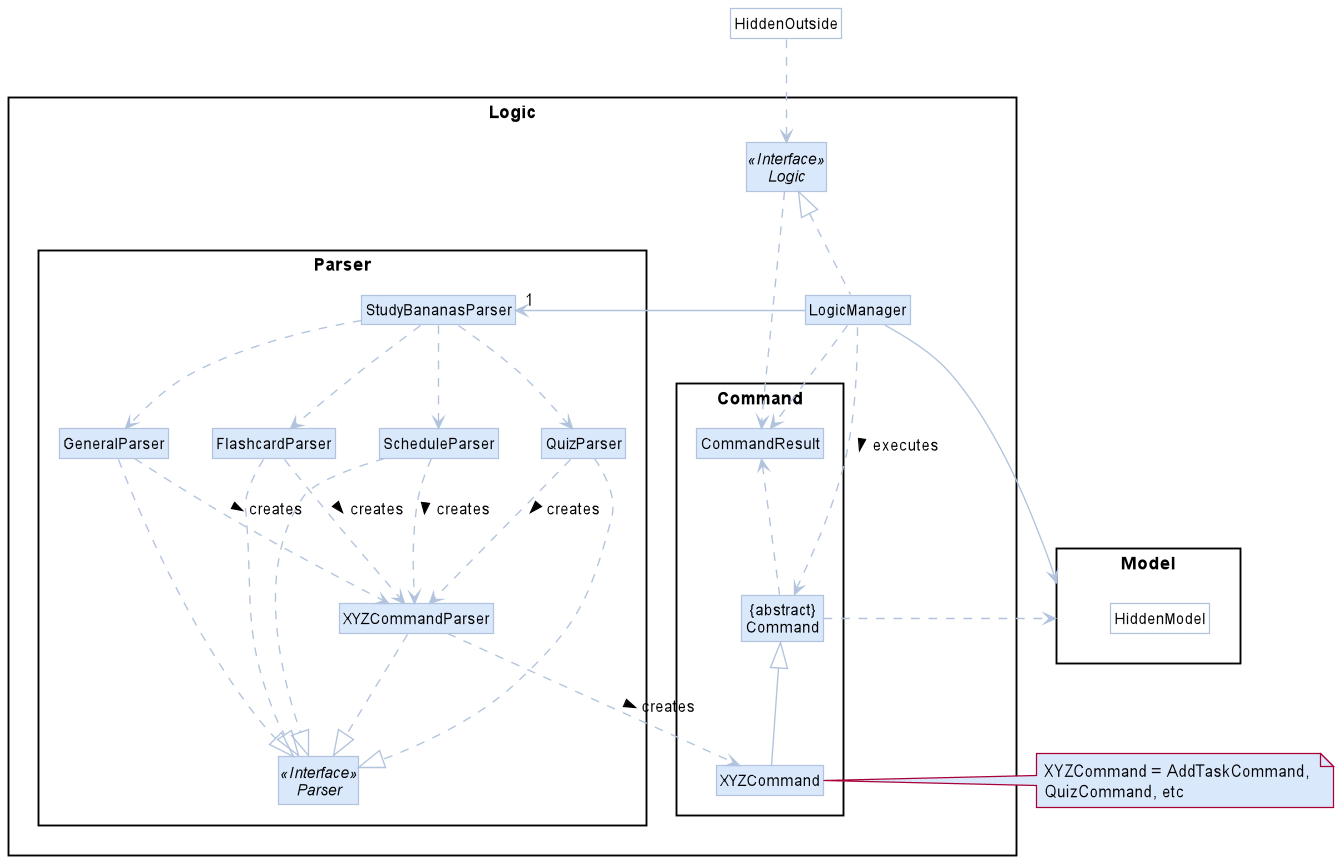
petrickjerico/tp keeps this PlantUML diagram as docs/images/LogicClassDiagram.png. Above is the earlier version. Its diagram source:
```plantuml
@startuml
!include style.puml
skinparam arrowThickness 1.1
skinparam arrowColor LOGIC_COLOR_T1
skinparam classBackgroundColor LOGIC_COLOR
skinparam classBorderColor LOGIC_COLOR_T1

package Logic {

package Parser {
Interface Parser <<Interface>>
Class StudyBananasParser
Class FlashcardParser
Class QuizParser
Class ScheduleParser
Class GeneralParser
Class XYZCommandParser
}

package Command {
Class XYZCommand
Class CommandResult
Class "{abstract}\nCommand" as Command
}

Interface Logic <<Interface>>
Class LogicManager
}

package Model{
Class HiddenModel #FFFFFF
}

Class HiddenOutside #FFFFFF
HiddenOutside ..> Logic

LogicManager .up.|> Logic
LogicManager -->"1" StudyBananasParser
StudyBananasParser ..> FlashcardParser
StudyBananasParser ..> ScheduleParser
StudyBananasParser ..> QuizParser
StudyBananasParser ..> GeneralParser
FlashcardParser ..|> Parser
ScheduleParser ..|> Parser
QuizParser ..|> Parser
GeneralParser ..|> Parser
FlashcardParser ..> XYZCommandParser : creates >
ScheduleParser ..> XYZCommandParser : creates >
QuizParser ..> XYZCommandParser : creates >
GeneralParser ..> XYZCommandParser : creates >
XYZCommandParser ..> XYZCommand : creates >
XYZCommandParser ..|> Parser
XYZCommand -up-|> Command
LogicManager .left.> Command : executes >

LogicManager --> Model
Command .right.> Model
note right of XYZCommand LOGIC_COLOR: XYZCommand = AddTaskCommand, \nQuizCommand, etc

Logic ..> CommandResult
LogicManager .down.> CommandResult
Command .up.> CommandResult
CommandResult -[hidden]-> Parser
@enduml
```
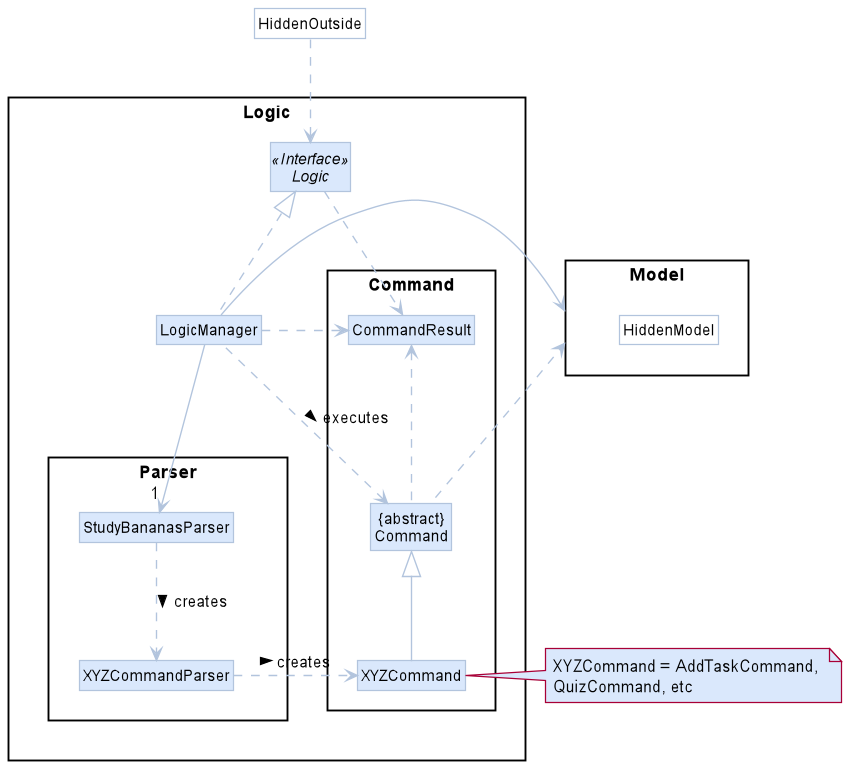
The same file after the commit.

Commit message:
Split logic class diagram

Diff of the diagram source:
```diff
@@ -8,12 +8,7 @@
 package Logic {
 
 package Parser {
-Interface Parser <<Interface>>
 Class StudyBananasParser
-Class FlashcardParser
-Class QuizParser
-Class ScheduleParser
-Class GeneralParser
 Class XYZCommandParser
 }
 
@@ -36,25 +31,13 @@
 
 LogicManager .up.|> Logic
 LogicManager -->"1" StudyBananasParser
-StudyBananasParser ..> FlashcardParser
-StudyBananasParser ..> ScheduleParser
-StudyBananasParser ..> QuizParser
-StudyBananasParser ..> GeneralParser
-FlashcardParser ..|> Parser
-ScheduleParser ..|> Parser
-QuizParser ..|> Parser
-GeneralParser ..|> Parser
-FlashcardParser ..> XYZCommandParser : creates >
-ScheduleParser ..> XYZCommandParser : creates >
-QuizParser ..> XYZCommandParser : creates >
-GeneralParser ..> XYZCommandParser : creates >
+StudyBananasParser ..> XYZCommandParser : creates >
 XYZCommandParser ..> XYZCommand : creates >
-XYZCommandParser ..|> Parser
 XYZCommand -up-|> Command
 LogicManager .left.> Command : executes >
 
 LogicManager --> Model
-Command .right.> Model
+Command .up.> Model
 note right of XYZCommand LOGIC_COLOR: XYZCommand = AddTaskCommand, \nQuizCommand, etc
 
 Logic ..> CommandResult
```
